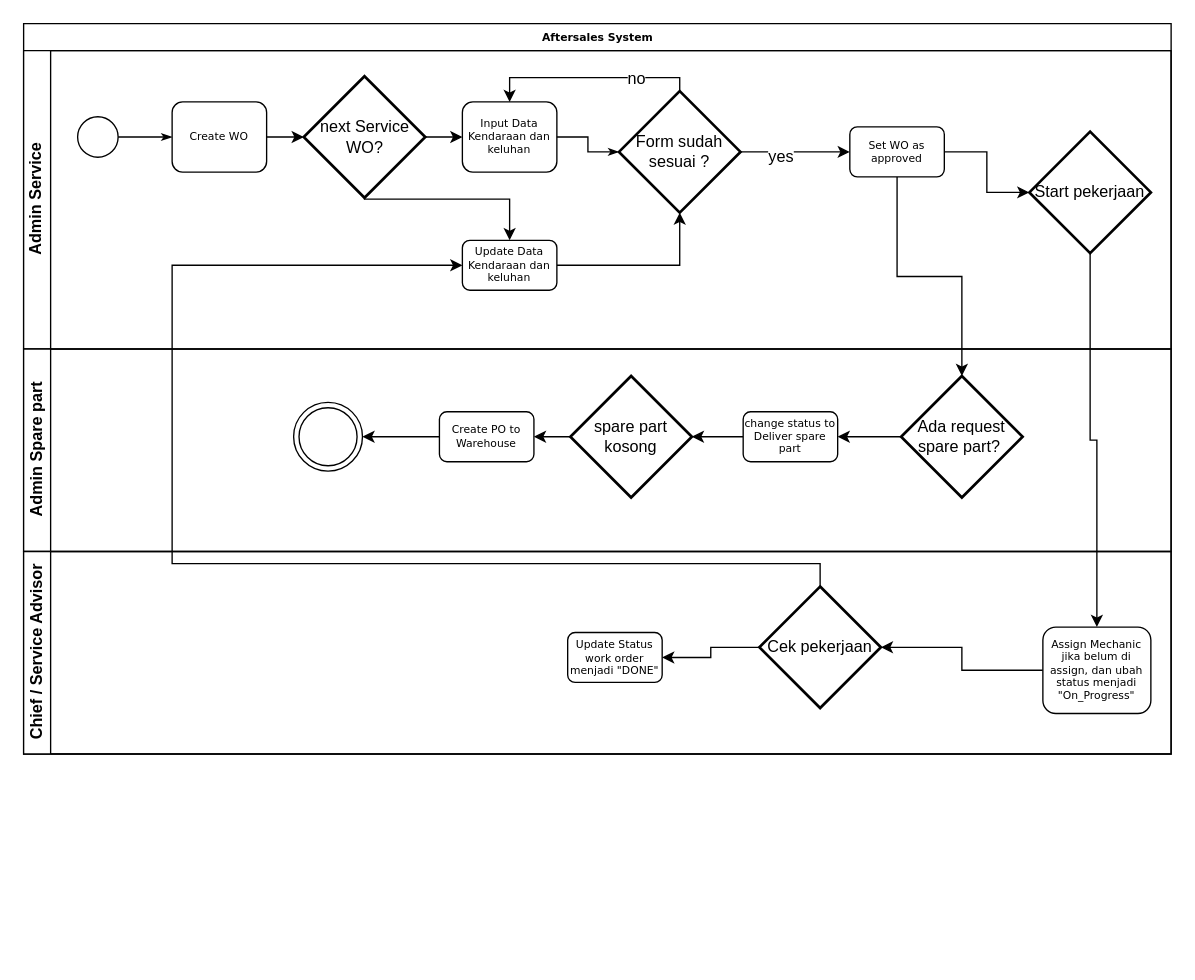
This is Untitled Diagram.drawio from diditaditya/fut-bar, a draw.io file, before an edit. Source tidied: cells renumbered, new cells numbered last; positions are measured from the earlier drawing's top-left corner, leaving out a move shared by most shapes. Both pictures are drawn from the tidied source at 135%, with x=0, y=0 at pixel (23, 23).
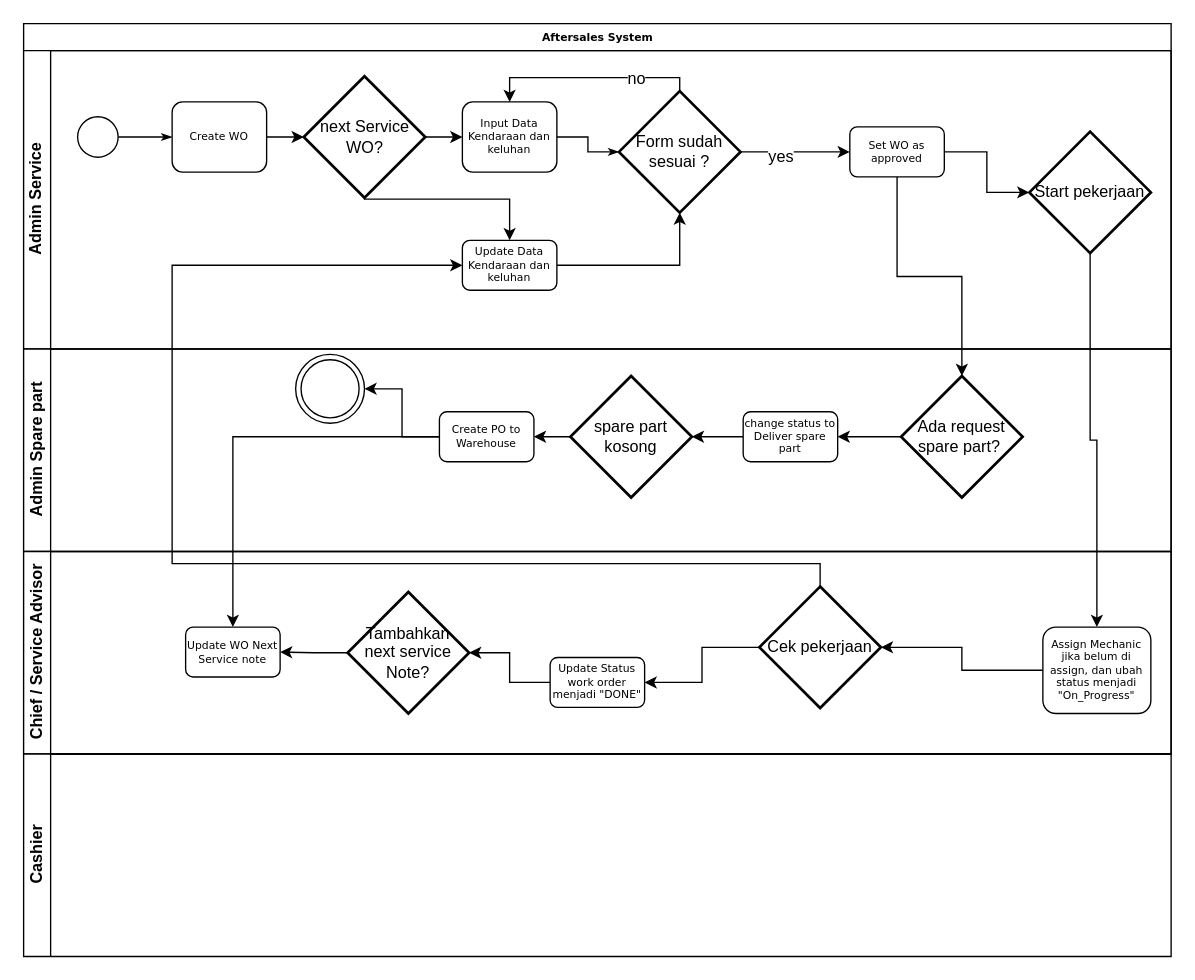
After the change.

The change refers to these unchanged cells:
```xml
<mxCell id="2" value="Aftersales System" style="swimlane;html=1;horizontal=1;startSize=20;rounded=0;shadow=0;labelBackgroundColor=none;strokeColor=#000000;strokeWidth=1;fillColor=#ffffff;fontFamily=Verdana;fontSize=8;fontColor=#000000;align=center;" parent="1" vertex="1">
  <mxGeometry width="850" height="541" as="geometry" />
</mxCell>
<mxCell id="26" value="Admin Spare part" style="swimlane;html=1;startSize=20;horizontal=0;" parent="2" vertex="1">
  <mxGeometry y="241" width="850" height="150" as="geometry" />
</mxCell>
<mxCell id="34" value="Create PO to Warehouse" style="rounded=1;whiteSpace=wrap;html=1;shadow=0;labelBackgroundColor=none;strokeColor=#000000;strokeWidth=1;fillColor=#ffffff;fontFamily=Verdana;fontSize=8;fontColor=#000000;align=center;" parent="26" vertex="1">
  <mxGeometry x="308" y="46.5" width="70" height="37" as="geometry" />
</mxCell>
<mxCell id="36" value="Chief / Service Advisor" style="swimlane;html=1;startSize=20;horizontal=0;" parent="2" vertex="1">
  <mxGeometry y="391" width="850" height="150" as="geometry" />
</mxCell>
```

Change to the diagram source:
```diff
@@
     <mxCell id="35" style="ellipse;shape=doubleEllipse;whiteSpace=wrap;html=1;" parent="26" vertex="1">
-      <mxGeometry x="200" y="39.5" width="51" height="51" as="geometry" />
+      <mxGeometry x="201.5" y="4" width="51" height="51" as="geometry" />
     </mxCell>
@@
+    <mxCell id="42" style="edgeStyle=orthogonalEdgeStyle;rounded=0;jettySize=auto;html=1;entryX=1;entryY=0.5;entryDx=0;entryDy=0;entryPerimeter=0;" parent="36" edge="1" source="37" target="44">
+      <mxGeometry relative="1" as="geometry" />
+    </mxCell>
     <mxCell id="37" value="Update Status work order menjadi &quot;DONE&quot;" style="rounded=1;whiteSpace=wrap;html=1;shadow=0;labelBackgroundColor=none;strokeColor=#000000;strokeWidth=1;fillColor=#ffffff;fontFamily=Verdana;fontSize=8;fontColor=#000000;align=center;" parent="36" vertex="1">
-      <mxGeometry x="403" y="60" width="70" height="37" as="geometry" />
+      <mxGeometry x="390" y="78.5" width="70" height="37" as="geometry" />
     </mxCell>
@@
+    <mxCell id="43" style="edgeStyle=orthogonalEdgeStyle;rounded=0;jettySize=auto;html=1;entryX=1;entryY=0.5;entryDx=0;entryDy=0;" parent="36" edge="1" source="44" target="45">
+      <mxGeometry relative="1" as="geometry" />
+    </mxCell>
+    <mxCell id="44" value="Tambahkan next service Note?" style="strokeWidth=2;html=1;shape=mxgraph.flowchart.decision;whiteSpace=wrap;" parent="36" vertex="1">
+      <mxGeometry x="240" y="30" width="90" height="90" as="geometry" />
+    </mxCell>
+    <mxCell id="45" value="Update WO Next Service note" style="rounded=1;whiteSpace=wrap;html=1;shadow=0;labelBackgroundColor=none;strokeColor=#000000;strokeWidth=1;fillColor=#ffffff;fontFamily=Verdana;fontSize=8;fontColor=#000000;align=center;" parent="36" vertex="1">
+      <mxGeometry x="120" y="56" width="70" height="37" as="geometry" />
+    </mxCell>
+    <mxCell id="46" style="edgeStyle=orthogonalEdgeStyle;rounded=0;jettySize=auto;html=1;entryX=0.5;entryY=0;entryDx=0;entryDy=0;" parent="2" edge="1" source="34" target="45">
+      <mxGeometry relative="1" as="geometry" />
+    </mxCell>
+    <mxCell id="47" value="Cashier" style="swimlane;html=1;startSize=20;horizontal=0;" parent="1" vertex="1">
+      <mxGeometry y="541" width="850" height="150" as="geometry" />
+    </mxCell>
```
